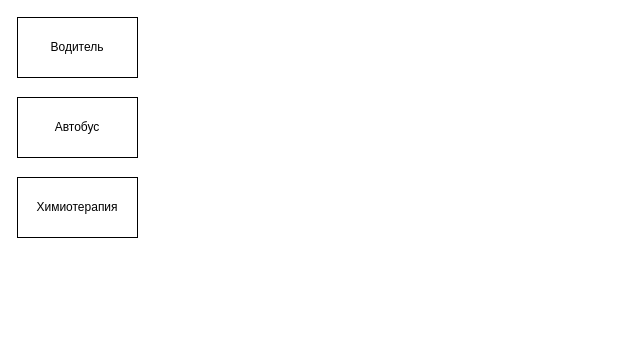
This is DZ1_2.drawio from DMfananddu/DSM, a draw.io file, before an edit. Source tidied: cells renumbered, new cells numbered last; positions are measured from the earlier drawing's top-left corner, leaving out a move shared by most shapes. Both pictures are drawn from the tidied source at 100%, with x=0, y=0 at pixel (17, 17).
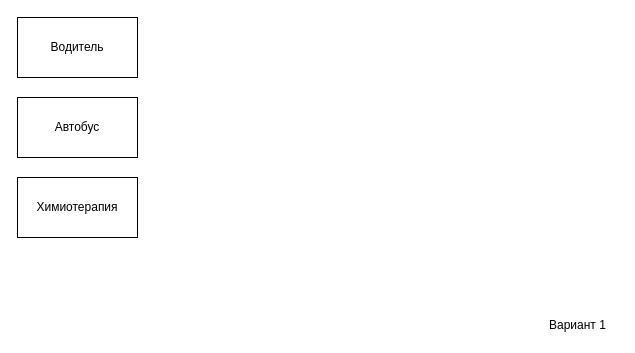
The same diagram, later.

The edit, as a diff of the source:
```diff
@@
 <mxGraphModel>
   <root>
     <mxCell id="0" />
     <mxCell id="1" parent="0" />
     <mxCell id="2" value="Водитель" style="rounded=0;whiteSpace=wrap;html=1;" parent="1" vertex="1">
       <mxGeometry width="120" height="60" as="geometry" />
     </mxCell>
     <mxCell id="3" value="Автобус" style="rounded=0;whiteSpace=wrap;html=1;" parent="1" vertex="1">
       <mxGeometry y="80" width="120" height="60" as="geometry" />
     </mxCell>
     <mxCell id="4" value="Химиотерапия" style="rounded=0;whiteSpace=wrap;html=1;" parent="1" vertex="1">
       <mxGeometry y="160" width="120" height="60" as="geometry" />
     </mxCell>
+    <mxCell id="5" value="Вариант 1" style="text;html=1;align=left;verticalAlign=top;spacingTop=-4;" parent="1" vertex="1">
+      <mxGeometry x="530" y="298" width="70" height="20" as="geometry" />
+    </mxCell>
   </root>
 </mxGraphModel>
```
